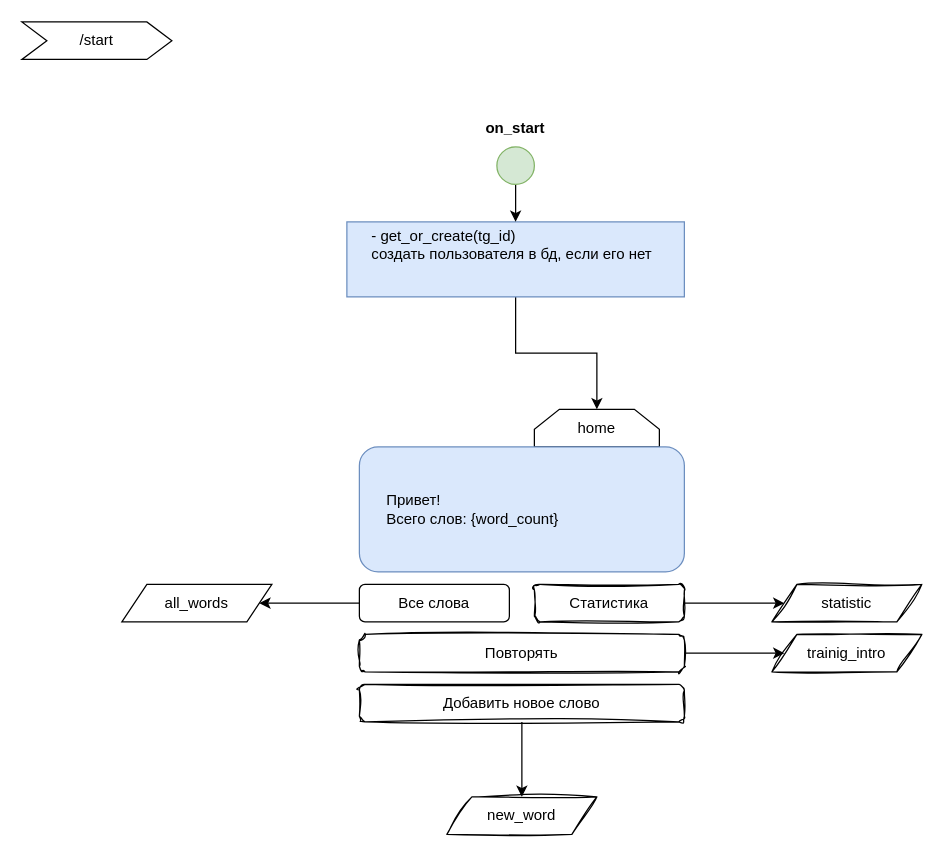
Before: page "home" (2 of 8) of lexi-bot.drawio in pasha-danilevich/lexi-bot, a draw.io diagram. Source tidied: cells renumbered, new cells numbered last; positions are measured from the earlier drawing's top-left corner, leaving out a move shared by most shapes. Both pictures are drawn from the tidied source at 125%, with x=0, y=0 at pixel (21, 21).
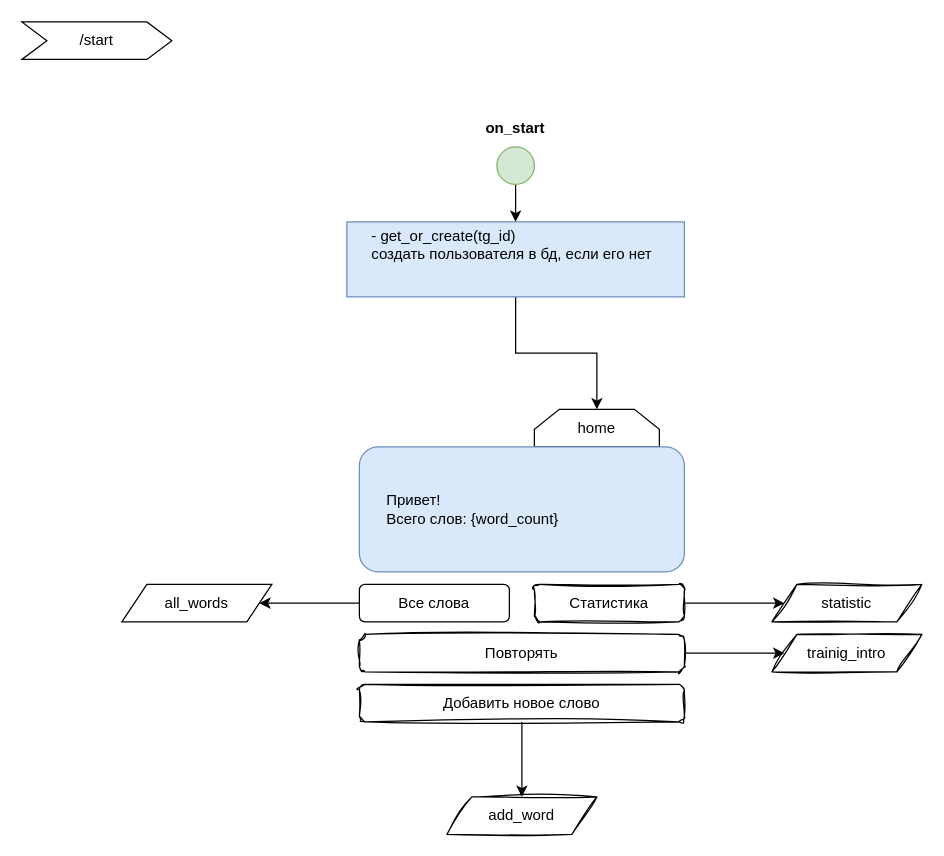
Above is the later version.

Commit message (it also covers changes not shown here):
Поиск слова из all_word, если оно не найдено

The edit, as a diff of the source:
```diff
@@
-    <mxCell id="7" value="new_word" style="shape=parallelogram;perimeter=parallelogramPerimeter;whiteSpace=wrap;html=1;fixedSize=1;sketch=1;curveFitting=1;jiggle=2;" parent="1" vertex="1">
+    <mxCell id="7" value="add_word" style="shape=parallelogram;perimeter=parallelogramPerimeter;whiteSpace=wrap;html=1;fixedSize=1;sketch=1;curveFitting=1;jiggle=2;" parent="1" vertex="1">
       <mxGeometry x="340" y="620" width="120" height="30" as="geometry" />
     </mxCell>
```
